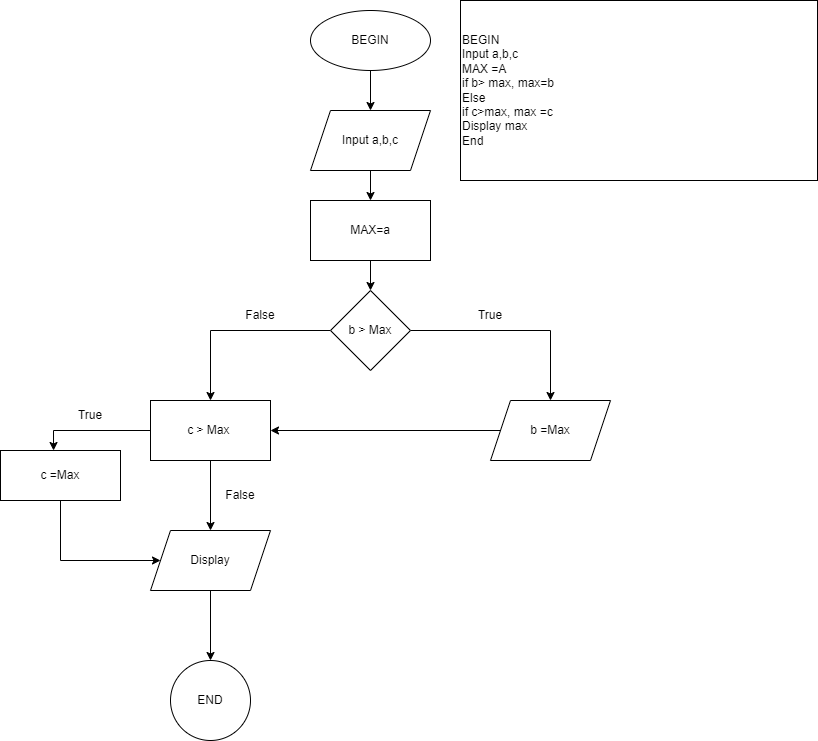
This is ss3_pseudocode_flowchart/Gia_tri_lon_nhat_trong_3_so/3_so_tu_nhien_lon_nhat.drawio.png from C1222G1HuuThang/C1222G1--NguyenHuuThang, a draw.io export, as it was before one commit. Source tidied: cells renumbered, new cells last; positions are measured from the earlier drawing's top-left corner, leaving out a move shared by most shapes.
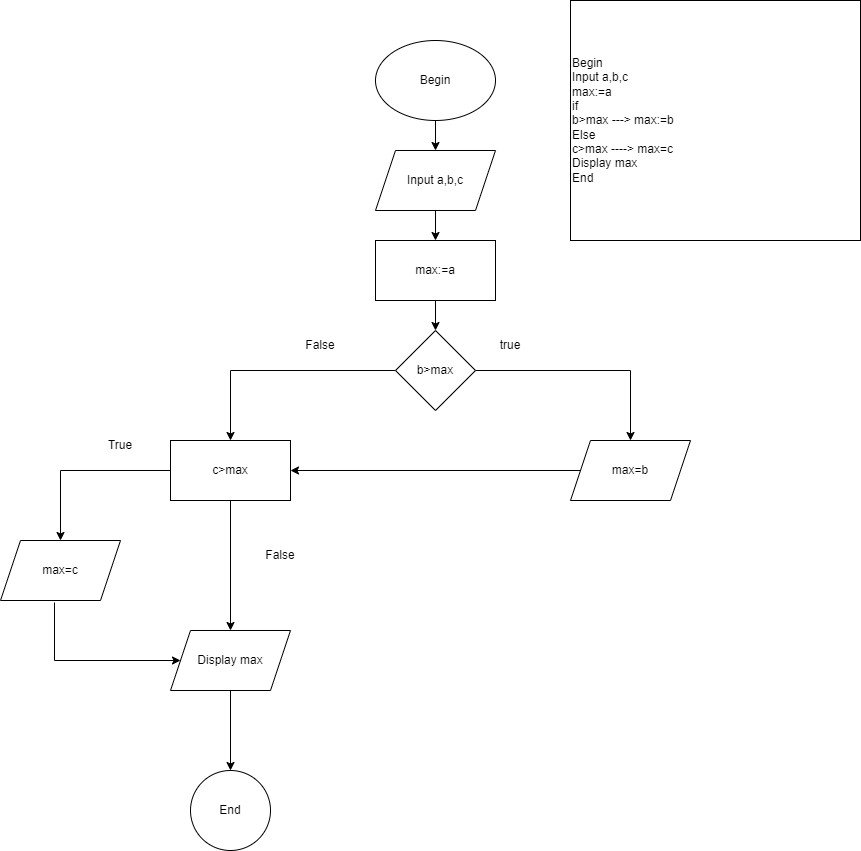
Later version of the same file.

Commit message:
nap bai cu

Change to the diagram source:
```diff
@@ -1,86 +1,82 @@
 <mxGraphModel>
   <root>
-    <mxCell id="0" />
-    <mxCell id="1" parent="0" />
-    <mxCell id="2" style="edgeStyle=orthogonalEdgeStyle;rounded=0;jettySize=auto;html=1;" parent="1" edge="1" source="3" target="5">
-      <mxGeometry relative="1" as="geometry" />
-    </mxCell>
-    <mxCell id="3" value="BEGIN" style="ellipse;whiteSpace=wrap;html=1;" parent="1" vertex="1">
-      <mxGeometry x="310" y="10" width="120" height="60" as="geometry" />
-    </mxCell>
-    <mxCell id="4" style="edgeStyle=orthogonalEdgeStyle;rounded=0;jettySize=auto;html=1;" parent="1" edge="1" source="5" target="7">
-      <mxGeometry relative="1" as="geometry" />
-    </mxCell>
+    <mxCell id="26" />
+    <mxCell id="27" parent="26" />
+    <mxCell id="28" style="edgeStyle=orthogonalEdgeStyle;rounded=0;jettySize=auto;html=1;" parent="27" edge="1" source="29" target="5">
+      <mxGeometry relative="1" as="geometry" />
+    </mxCell>
+    <mxCell id="29" value="Begin" style="ellipse;whiteSpace=wrap;html=1;" parent="27" vertex="1">
+      <mxGeometry x="310" width="120" height="80" as="geometry" />
+    </mxCell>
+    <mxCell id="30" style="edgeStyle=orthogonalEdgeStyle;rounded=0;jettySize=auto;html=1;" parent="27" edge="1" source="5" target="32">
+      <mxGeometry relative="1" as="geometry" />
+    </mxCell>
-    <mxCell id="5" value="Input a,b,c" style="shape=parallelogram;perimeter=parallelogramPerimeter;whiteSpace=wrap;html=1;fixedSize=1;" parent="1" vertex="1">
+    <mxCell id="5" value="Input a,b,c" style="shape=parallelogram;perimeter=parallelogramPerimeter;whiteSpace=wrap;html=1;fixedSize=1;" parent="27" vertex="1">
       <mxGeometry x="310" y="110" width="120" height="60" as="geometry" />
     </mxCell>
-    <mxCell id="6" style="edgeStyle=orthogonalEdgeStyle;rounded=0;jettySize=auto;html=1;" parent="1" edge="1" source="7" target="10">
-      <mxGeometry relative="1" as="geometry" />
-    </mxCell>
-    <mxCell id="7" value="MAX=a" style="whiteSpace=wrap;html=1;" parent="1" vertex="1">
-      <mxGeometry x="310" y="200" width="120" height="60" as="geometry" />
-    </mxCell>
-    <mxCell id="8" style="edgeStyle=orthogonalEdgeStyle;rounded=0;jettySize=auto;html=1;" parent="1" edge="1" source="10" target="11">
-      <mxGeometry relative="1" as="geometry" />
-    </mxCell>
-    <mxCell id="9" style="edgeStyle=orthogonalEdgeStyle;rounded=0;jettySize=auto;html=1;" parent="1" edge="1" source="10" target="13">
-      <mxGeometry relative="1" as="geometry" />
-    </mxCell>
-    <mxCell id="10" value="b &amp;gt; Max" style="rhombus;whiteSpace=wrap;html=1;" parent="1" vertex="1">
-      <mxGeometry x="330" y="290" width="80" height="80" as="geometry" />
-    </mxCell>
-    <mxCell id="11" value="c &amp;gt; Max&amp;nbsp;" style="whiteSpace=wrap;html=1;" parent="1" vertex="1">
-      <mxGeometry x="150" y="400" width="120" height="60" as="geometry" />
-    </mxCell>
-    <mxCell id="12" value="False" style="text;html=1;strokeColor=none;fillColor=none;align=center;verticalAlign=middle;whiteSpace=wrap;rounded=0;" parent="1" vertex="1">
-      <mxGeometry x="230" y="300" width="60" height="30" as="geometry" />
-    </mxCell>
-    <mxCell id="13" value="b =Max" style="shape=parallelogram;perimeter=parallelogramPerimeter;whiteSpace=wrap;html=1;fixedSize=1;" parent="1" vertex="1">
-      <mxGeometry x="490" y="400" width="120" height="60" as="geometry" />
-    </mxCell>
-    <mxCell id="14" value="True" style="text;html=1;strokeColor=none;fillColor=none;align=center;verticalAlign=middle;whiteSpace=wrap;rounded=0;" parent="1" vertex="1">
-      <mxGeometry x="460" y="300" width="60" height="30" as="geometry" />
-    </mxCell>
-    <mxCell id="15" value="c =Max" style="rounded=0;whiteSpace=wrap;html=1;" parent="1" vertex="1">
-      <mxGeometry y="450" width="120" height="50" as="geometry" />
-    </mxCell>
-    <mxCell id="16" style="endArrow=classic;html=1;rounded=0;entryX=1;entryY=0.5;entryDx=0;entryDy=0;" parent="1" edge="1" source="13" target="11">
-      <mxGeometry relative="1" as="geometry" />
-    </mxCell>
-    <mxCell id="17" style="edgeStyle=orthogonalEdgeStyle;rounded=0;jettySize=auto;html=1;" parent="1" edge="1" source="18" target="19">
-      <mxGeometry relative="1" as="geometry" />
-    </mxCell>
-    <mxCell id="18" value="Display" style="shape=parallelogram;perimeter=parallelogramPerimeter;whiteSpace=wrap;html=1;fixedSize=1;" parent="1" vertex="1">
-      <mxGeometry x="150" y="530" width="120" height="60" as="geometry" />
-    </mxCell>
-    <mxCell id="19" value="END" style="ellipse;whiteSpace=wrap;html=1;" parent="1" vertex="1">
-      <mxGeometry x="170" y="660" width="80" height="80" as="geometry" />
-    </mxCell>
-    <mxCell id="20" value="False" style="text;html=1;strokeColor=none;fillColor=none;align=center;verticalAlign=middle;whiteSpace=wrap;rounded=0;" parent="1" vertex="1">
-      <mxGeometry x="210" y="480" width="60" height="30" as="geometry" />
-    </mxCell>
-    <mxCell id="21" style="endArrow=classic;html=1;rounded=0;exitX=0.5;exitY=1;exitDx=0;exitDy=0;entryX=0.5;entryY=0;entryDx=0;entryDy=0;" parent="1" edge="1" source="11" target="18">
-      <mxGeometry relative="1" as="geometry" />
-    </mxCell>
-    <mxCell id="22" style="endArrow=classic;html=1;rounded=0;exitX=0;exitY=0.5;exitDx=0;exitDy=0;entryX=0.442;entryY=0;entryDx=0;entryDy=0;entryPerimeter=0;" parent="1" edge="1" source="11" target="15">
-      <mxGeometry relative="1" as="geometry">
-        <Array as="points">
-          <mxPoint x="53" y="430" />
-        </Array>
-      </mxGeometry>
-    </mxCell>
-    <mxCell id="23" value="True" style="text;html=1;strokeColor=none;fillColor=none;align=center;verticalAlign=middle;whiteSpace=wrap;rounded=0;" parent="1" vertex="1">
-      <mxGeometry x="60" y="400" width="60" height="30" as="geometry" />
-    </mxCell>
-    <mxCell id="24" style="endArrow=classic;html=1;rounded=0;exitX=0.5;exitY=1;exitDx=0;exitDy=0;entryX=0;entryY=0.5;entryDx=0;entryDy=0;" parent="1" edge="1" source="15" target="18">
-      <mxGeometry relative="1" as="geometry">
-        <Array as="points">
-          <mxPoint x="60" y="560" />
-        </Array>
-      </mxGeometry>
-    </mxCell>
-    <mxCell id="25" value="BEGIN&lt;br&gt;Input a,b,c&lt;br&gt;MAX =A&lt;br&gt;if b&amp;gt; max, max=b&lt;br&gt;Else &lt;br&gt;if c&amp;gt;max, max =c&lt;br&gt;Display max&lt;br&gt;End" style="rounded=0;whiteSpace=wrap;html=1;align=left;" parent="1" vertex="1">
-      <mxGeometry x="460" width="357" height="180" as="geometry" />
-    </mxCell>
+    <mxCell id="31" style="edgeStyle=orthogonalEdgeStyle;rounded=0;jettySize=auto;html=1;" parent="27" edge="1" source="32" target="35">
+      <mxGeometry relative="1" as="geometry" />
+    </mxCell>
+    <mxCell id="32" value="max:=a" style="whiteSpace=wrap;html=1;" parent="27" vertex="1">
+      <mxGeometry x="310" y="200" width="120" height="60" as="geometry" />
+    </mxCell>
+    <mxCell id="33" style="edgeStyle=orthogonalEdgeStyle;rounded=0;jettySize=auto;html=1;" parent="27" edge="1" source="35" target="36">
+      <mxGeometry relative="1" as="geometry" />
+    </mxCell>
+    <mxCell id="34" style="edgeStyle=orthogonalEdgeStyle;rounded=0;jettySize=auto;html=1;" parent="27" edge="1" source="35" target="39">
+      <mxGeometry relative="1" as="geometry" />
+    </mxCell>
+    <mxCell id="35" value="b&amp;gt;max" style="rhombus;whiteSpace=wrap;html=1;" parent="27" vertex="1">
+      <mxGeometry x="330" y="290" width="80" height="80" as="geometry" />
+    </mxCell>
+    <mxCell id="36" value="max=b" style="shape=parallelogram;perimeter=parallelogramPerimeter;whiteSpace=wrap;html=1;fixedSize=1;" parent="27" vertex="1">
+      <mxGeometry x="505" y="400" width="120" height="60" as="geometry" />
+    </mxCell>
+    <mxCell id="37" value="true" style="text;html=1;strokeColor=none;fillColor=none;align=center;verticalAlign=middle;whiteSpace=wrap;rounded=0;" parent="27" vertex="1">
+      <mxGeometry x="415" y="290" width="60" height="30" as="geometry" />
+    </mxCell>
+    <mxCell id="38" style="edgeStyle=orthogonalEdgeStyle;rounded=0;jettySize=auto;html=1;" parent="27" edge="1" source="39" target="40">
+      <mxGeometry relative="1" as="geometry" />
+    </mxCell>
+    <mxCell id="39" value="c&amp;gt;max" style="whiteSpace=wrap;html=1;" parent="27" vertex="1">
+      <mxGeometry x="105" y="400" width="120" height="60" as="geometry" />
+    </mxCell>
+    <mxCell id="40" value="max=c" style="shape=parallelogram;perimeter=parallelogramPerimeter;whiteSpace=wrap;html=1;fixedSize=1;" parent="27" vertex="1">
+      <mxGeometry x="-65" y="500" width="120" height="60" as="geometry" />
+    </mxCell>
+    <mxCell id="41" style="edgeStyle=orthogonalEdgeStyle;rounded=0;jettySize=auto;html=1;" parent="27" edge="1" source="42" target="43">
+      <mxGeometry relative="1" as="geometry" />
+    </mxCell>
+    <mxCell id="42" value="Display max" style="shape=parallelogram;perimeter=parallelogramPerimeter;whiteSpace=wrap;html=1;fixedSize=1;" parent="27" vertex="1">
+      <mxGeometry x="105" y="590" width="120" height="60" as="geometry" />
+    </mxCell>
+    <mxCell id="43" value="End" style="ellipse;whiteSpace=wrap;html=1;" parent="27" vertex="1">
+      <mxGeometry x="125" y="730" width="80" height="80" as="geometry" />
+    </mxCell>
+    <mxCell id="44" value="False" style="text;html=1;strokeColor=none;fillColor=none;align=center;verticalAlign=middle;whiteSpace=wrap;rounded=0;" parent="27" vertex="1">
+      <mxGeometry x="225" y="290" width="60" height="30" as="geometry" />
+    </mxCell>
+    <mxCell id="45" style="endArrow=classic;html=1;rounded=0;exitX=0;exitY=0.5;exitDx=0;exitDy=0;entryX=1;entryY=0.5;entryDx=0;entryDy=0;" parent="27" edge="1" source="36" target="39">
+      <mxGeometry relative="1" as="geometry" />
+    </mxCell>
+    <mxCell id="46" style="endArrow=classic;html=1;rounded=0;exitX=0.45;exitY=1.033;exitDx=0;exitDy=0;exitPerimeter=0;entryX=0;entryY=0.5;entryDx=0;entryDy=0;" parent="27" edge="1" source="40" target="42">
+      <mxGeometry relative="1" as="geometry">
+        <Array as="points">
+          <mxPoint x="-11" y="620" />
+        </Array>
+      </mxGeometry>
+    </mxCell>
+    <mxCell id="47" style="endArrow=classic;html=1;rounded=0;exitX=0.5;exitY=1;exitDx=0;exitDy=0;entryX=0.5;entryY=0;entryDx=0;entryDy=0;" parent="27" edge="1" source="39" target="42">
+      <mxGeometry relative="1" as="geometry" />
+    </mxCell>
+    <mxCell id="48" value="True" style="text;html=1;strokeColor=none;fillColor=none;align=center;verticalAlign=middle;whiteSpace=wrap;rounded=0;" parent="27" vertex="1">
+      <mxGeometry x="25" y="390" width="60" height="30" as="geometry" />
+    </mxCell>
+    <mxCell id="49" value="False" style="text;html=1;strokeColor=none;fillColor=none;align=center;verticalAlign=middle;whiteSpace=wrap;rounded=0;" parent="27" vertex="1">
+      <mxGeometry x="185" y="500" width="60" height="30" as="geometry" />
+    </mxCell>
+    <mxCell id="50" value="Begin&lt;br&gt;Input a,b,c&lt;br&gt;max:=a&lt;br&gt;if&lt;br&gt;b&amp;gt;max ---&amp;gt; max:=b&lt;br&gt;Else&lt;br&gt;c&amp;gt;max ----&amp;gt; max=c&lt;br&gt;Display max&lt;br&gt;End" style="rounded=0;whiteSpace=wrap;html=1;align=left;" parent="27" vertex="1">
+      <mxGeometry x="505" y="-40" width="290" height="240" as="geometry" />
+    </mxCell>
   </root>
 </mxGraphModel>
```
